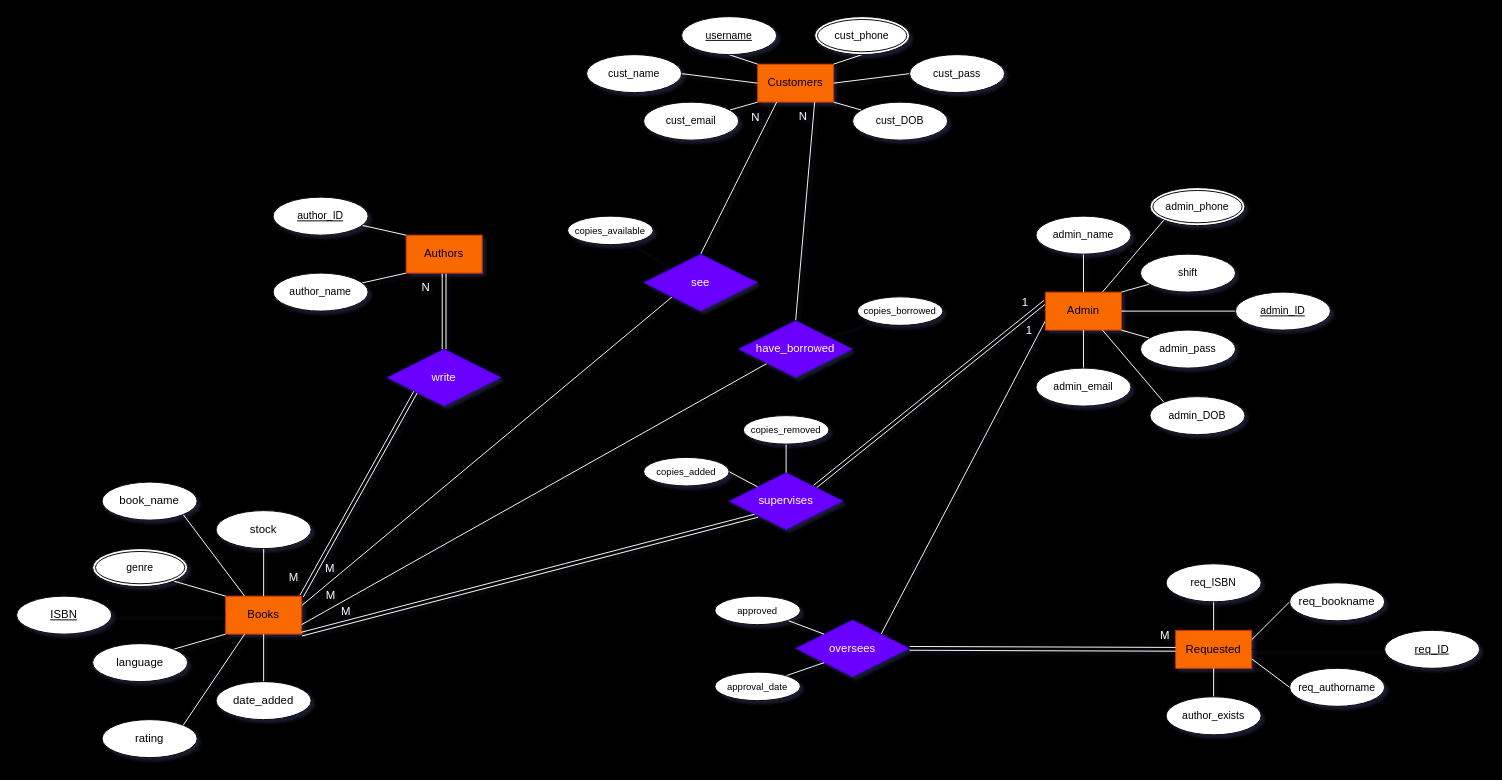
The draw.io diagram ERD.drawio in rajin-khan/BIBLIO, before the edit. Source tidied: cells renumbered, new cells numbered last; positions are measured from the earlier drawing's top-left corner, leaving out a move shared by most shapes. Both pictures are drawn from the tidied source at 95%, with x=0, y=0 at pixel (16, 16).
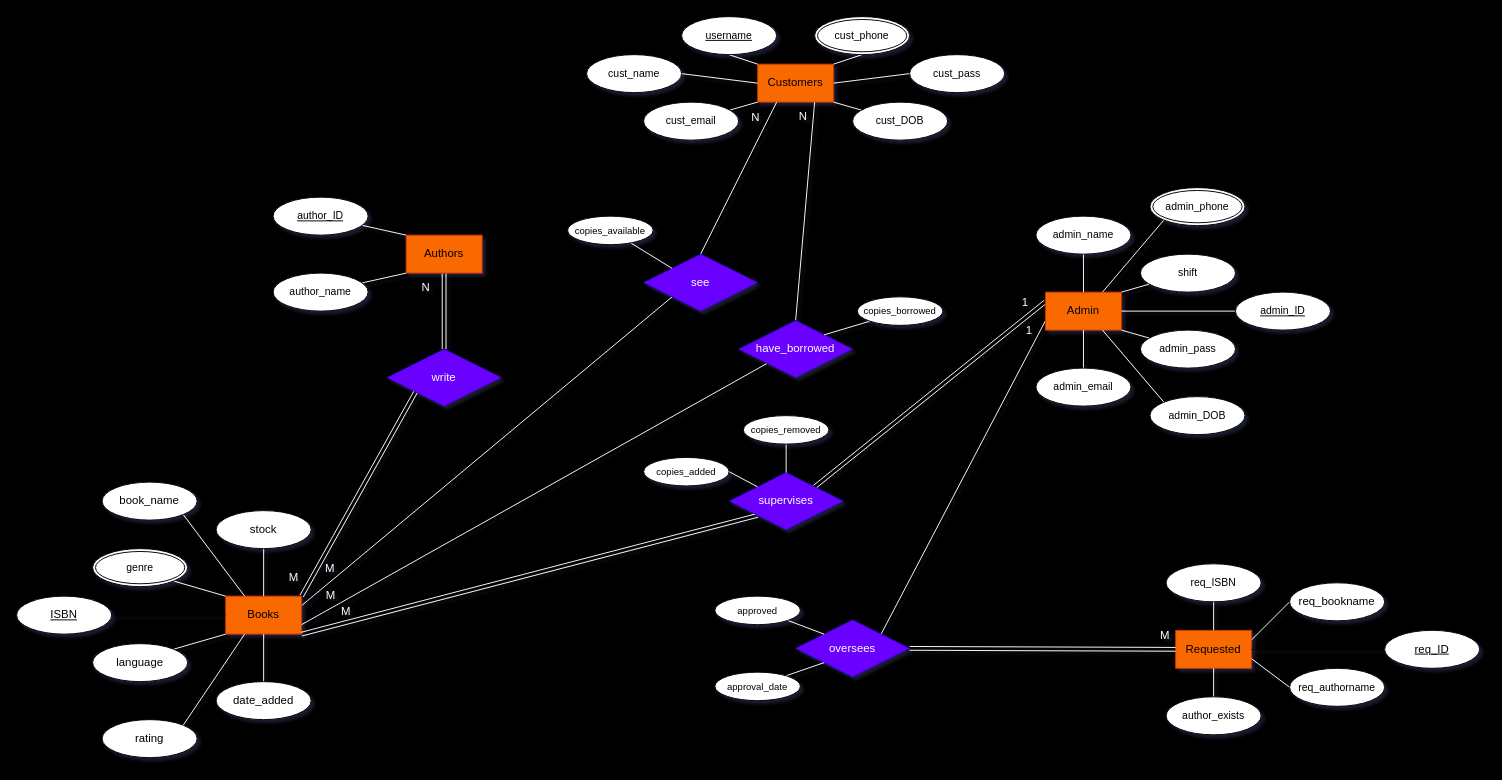
The same diagram, later.

Unchanged cells that the change refers to:
```xml
<mxCell id="94" value="have_borrowed" style="shape=rhombus;perimeter=rhombusPerimeter;whiteSpace=wrap;html=1;align=center;fillColor=#6a00ff;fontColor=#ffffff;strokeColor=#3700CC;" parent="1" vertex="1">
  <mxGeometry x="760" y="320" width="120" height="60" as="geometry" />
</mxCell>
<mxCell id="95" value="see" style="shape=rhombus;perimeter=rhombusPerimeter;whiteSpace=wrap;html=1;align=center;fillColor=#6a00ff;fontColor=#ffffff;strokeColor=#3700CC;" parent="1" vertex="1">
  <mxGeometry x="660" y="250" width="120" height="60" as="geometry" />
</mxCell>
<mxCell id="97" value="&lt;span style=&quot;font-size: 10px;&quot;&gt;copies_available&lt;/span&gt;" style="ellipse;whiteSpace=wrap;html=1;align=center;" parent="1" vertex="1">
  <mxGeometry x="580" y="210" width="90" height="30" as="geometry" />
</mxCell>
<mxCell id="99" value="&lt;span style=&quot;font-size: 10px;&quot;&gt;copies_borrowed&lt;/span&gt;" style="ellipse;whiteSpace=wrap;html=1;align=center;" parent="1" vertex="1">
  <mxGeometry x="885" y="295" width="90" height="30" as="geometry" />
</mxCell>
```

The edit, as a diff of the source:
```diff
@@
-    <mxCell id="96" style="edgeStyle=none;html=1;entryX=0;entryY=0;entryDx=0;entryDy=0;endArrow=none;endFill=0;" parent="1" edge="1" source="97" target="95">
+    <mxCell id="96" style="edgeStyle=none;html=1;entryX=0;entryY=0;entryDx=0;entryDy=0;endArrow=none;endFill=0;strokeColor=#FFFFFF;" parent="1" edge="1" source="97" target="95">
       <mxGeometry relative="1" as="geometry" />
     </mxCell>
@@
-    <mxCell id="98" style="edgeStyle=none;html=1;entryX=1;entryY=0;entryDx=0;entryDy=0;endArrow=none;endFill=0;exitX=0;exitY=1;exitDx=0;exitDy=0;" parent="1" edge="1" source="99" target="94">
+    <mxCell id="98" style="edgeStyle=none;html=1;entryX=1;entryY=0;entryDx=0;entryDy=0;endArrow=none;endFill=0;exitX=0;exitY=1;exitDx=0;exitDy=0;strokeColor=#FFFFFF;" parent="1" edge="1" source="99" target="94">
       <mxGeometry relative="1" as="geometry" />
     </mxCell>
```
